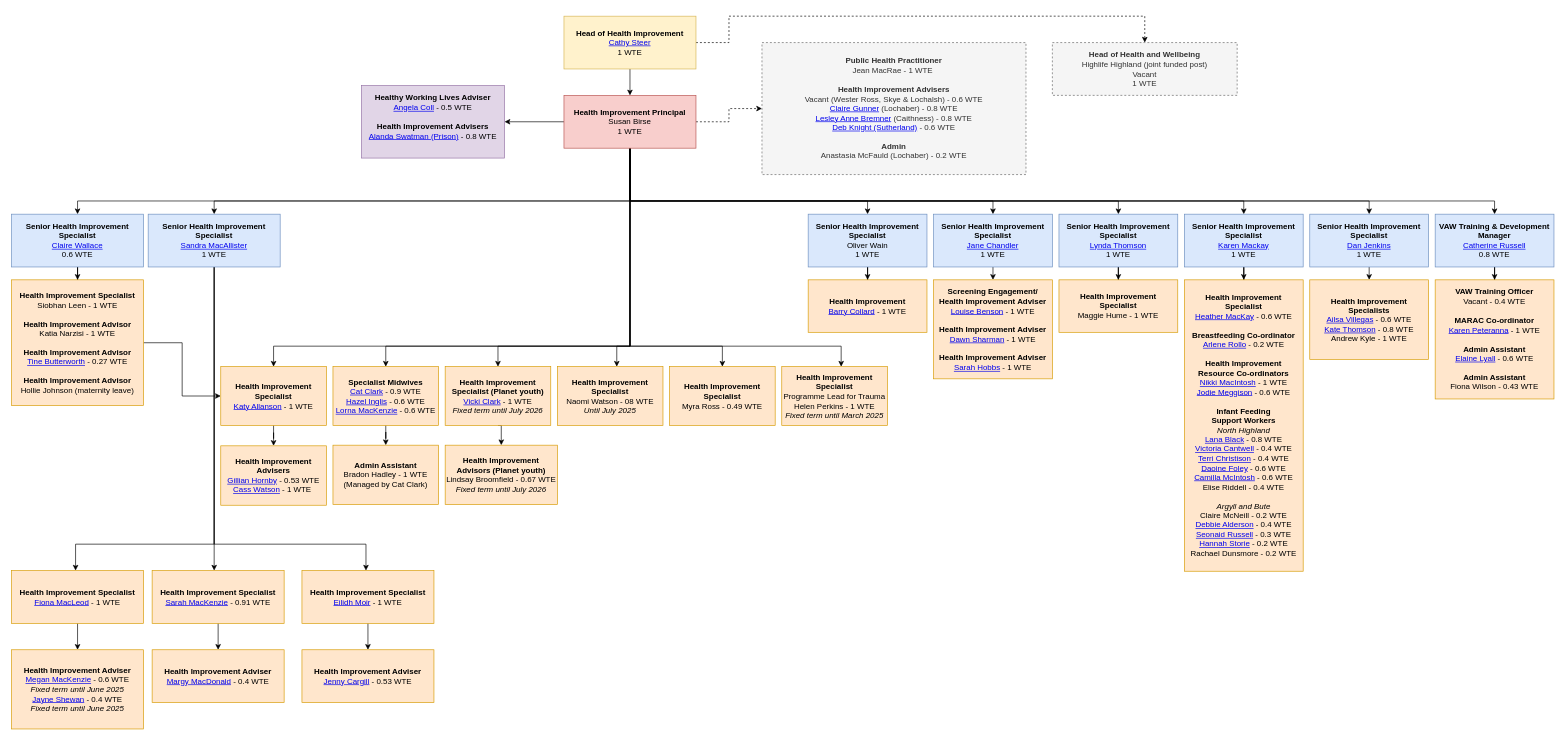
This is Untitled Diagram.drawio from barrycollard/staffOrgChart, a draw.io file, before an edit. Source tidied: cells renumbered, new cells numbered last; positions are measured from the earlier drawing's top-left corner, leaving out a move shared by most shapes. Both pictures are drawn from the tidied source at 66%, with x=0, y=0 at pixel (11, 16).
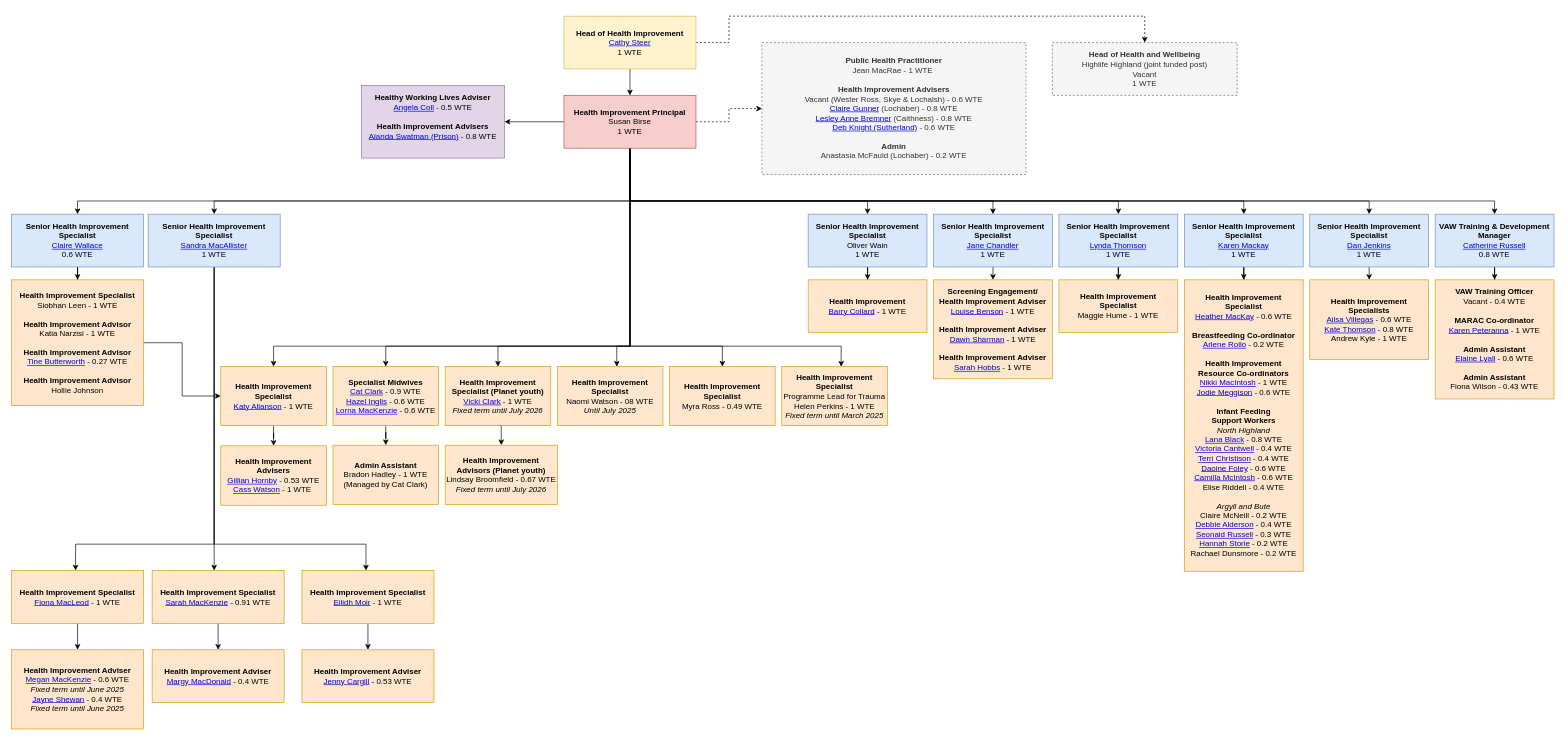
After the change.

Commit message:
Remove maternity leave from Hollie

Diff of the diagram source:
```diff
@@
-    <mxCell id="36" value="&lt;div&gt;&lt;b&gt;Health Improvement Specialist&lt;/b&gt;&lt;/div&gt;&lt;div&gt;Siobhan Leen -&amp;nbsp;&lt;span style=&quot;background-color: transparent; color: light-dark(rgb(0, 0, 0), rgb(255, 255, 255));&quot;&gt;1 WTE&lt;/span&gt;&lt;/div&gt;&lt;div&gt;&lt;br&gt;&lt;/div&gt;&lt;div&gt;&lt;b&gt;Health Improvement Advisor&lt;/b&gt;&lt;/div&gt;&lt;div&gt;&lt;span style=&quot;background-color: transparent; color: light-dark(rgb(0, 0, 0), rgb(255, 255, 255));&quot;&gt;Katia Narzisi -&amp;nbsp;&lt;/span&gt;&lt;span style=&quot;background-color: transparent; color: light-dark(rgb(0, 0, 0), rgb(255, 255, 255));&quot;&gt;1 WTE&lt;/span&gt;&lt;br&gt;&lt;/div&gt;&lt;div&gt;&lt;span&gt;&lt;br&gt;&lt;/span&gt;&lt;/div&gt;&lt;div&gt;&lt;span&gt;&lt;div&gt;&lt;b&gt;Health Improvement Advisor&lt;/b&gt;&lt;/div&gt;&lt;div&gt;&lt;span style=&quot;background-color: transparent; color: light-dark(rgb(0, 0, 0), rgb(255, 255, 255));&quot;&gt;&lt;a href=&quot;/staff/tine-butterworth/&quot;&gt;Tine Butterworth&lt;/a&gt; -&amp;nbsp;&lt;/span&gt;&lt;span style=&quot;background-color: transparent; color: light-dark(rgb(0, 0, 0), rgb(255, 255, 255));&quot;&gt;0.27 WTE&lt;/span&gt;&lt;br&gt;&lt;/div&gt;&lt;/span&gt;&lt;/div&gt;&lt;div&gt;&lt;span&gt;&lt;br&gt;&lt;/span&gt;&lt;/div&gt;&lt;div&gt;&lt;span&gt;&lt;div&gt;&lt;b&gt;Health Improvement Advisor&lt;/b&gt;&lt;/div&gt;&lt;div&gt;&lt;span style=&quot;background-color: transparent; color: light-dark(rgb(0, 0, 0), rgb(255, 255, 255));&quot;&gt;Hollie Johnson (maternity leave)&lt;/span&gt;&lt;br&gt;&lt;/div&gt;&lt;/span&gt;&lt;/div&gt;" style="rounded=0;whiteSpace=wrap;html=1;fillColor=#ffe6cc;strokeColor=#d79b00;" parent="1" vertex="1">
+    <mxCell id="36" value="&lt;div&gt;&lt;b&gt;Health Improvement Specialist&lt;/b&gt;&lt;/div&gt;&lt;div&gt;Siobhan Leen -&amp;nbsp;&lt;span style=&quot;background-color: transparent; color: light-dark(rgb(0, 0, 0), rgb(255, 255, 255));&quot;&gt;1 WTE&lt;/span&gt;&lt;/div&gt;&lt;div&gt;&lt;br&gt;&lt;/div&gt;&lt;div&gt;&lt;b&gt;Health Improvement Advisor&lt;/b&gt;&lt;/div&gt;&lt;div&gt;&lt;span style=&quot;background-color: transparent; color: light-dark(rgb(0, 0, 0), rgb(255, 255, 255));&quot;&gt;Katia Narzisi -&amp;nbsp;&lt;/span&gt;&lt;span style=&quot;background-color: transparent; color: light-dark(rgb(0, 0, 0), rgb(255, 255, 255));&quot;&gt;1 WTE&lt;/span&gt;&lt;br&gt;&lt;/div&gt;&lt;div&gt;&lt;span&gt;&lt;br&gt;&lt;/span&gt;&lt;/div&gt;&lt;div&gt;&lt;span&gt;&lt;div&gt;&lt;b&gt;Health Improvement Advisor&lt;/b&gt;&lt;/div&gt;&lt;div&gt;&lt;span style=&quot;background-color: transparent; color: light-dark(rgb(0, 0, 0), rgb(255, 255, 255));&quot;&gt;&lt;a href=&quot;/staff/tine-butterworth/&quot;&gt;Tine Butterworth&lt;/a&gt; -&amp;nbsp;&lt;/span&gt;&lt;span style=&quot;background-color: transparent; color: light-dark(rgb(0, 0, 0), rgb(255, 255, 255));&quot;&gt;0.27 WTE&lt;/span&gt;&lt;br&gt;&lt;/div&gt;&lt;/span&gt;&lt;/div&gt;&lt;div&gt;&lt;span&gt;&lt;br&gt;&lt;/span&gt;&lt;/div&gt;&lt;div&gt;&lt;span&gt;&lt;div&gt;&lt;b&gt;Health Improvement Advisor&lt;/b&gt;&lt;/div&gt;&lt;div&gt;&lt;span style=&quot;background-color: transparent; color: light-dark(rgb(0, 0, 0), rgb(255, 255, 255));&quot;&gt;Hollie Johnson&lt;/span&gt;&lt;br&gt;&lt;/div&gt;&lt;/span&gt;&lt;/div&gt;" style="rounded=0;whiteSpace=wrap;html=1;fillColor=#ffe6cc;strokeColor=#d79b00;" parent="1" vertex="1">
       <mxGeometry y="399.5" width="200" height="190.5" as="geometry" />
     </mxCell>
```
